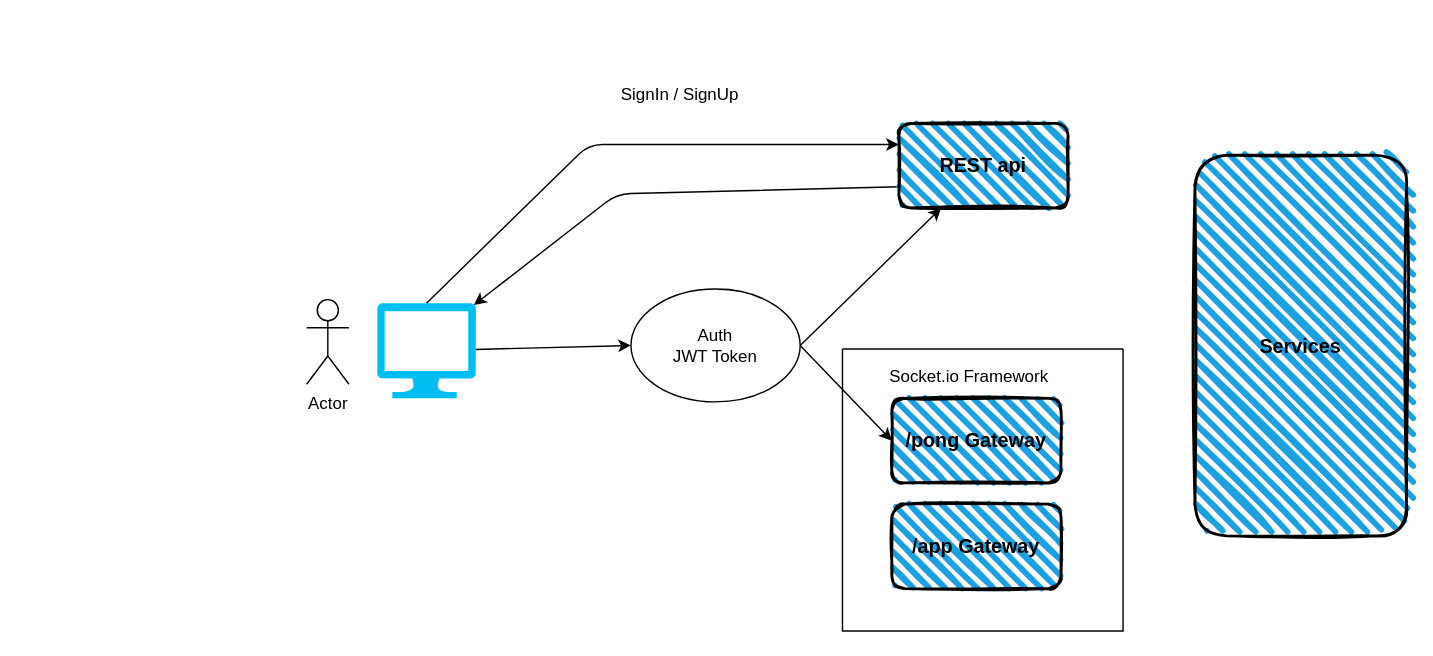
This is page "architecture" (2 of 2) of reference/db-schema-v2.drawio from Working-From-Home/ft_transcendence, a draw.io file, before an edit. Source tidied: cells renumbered, new cells numbered last; positions are measured from the earlier drawing's top-left corner, leaving out a move shared by most shapes. Both pictures are drawn from the tidied source at 141%, with x=0, y=0 at pixel (306, 80).
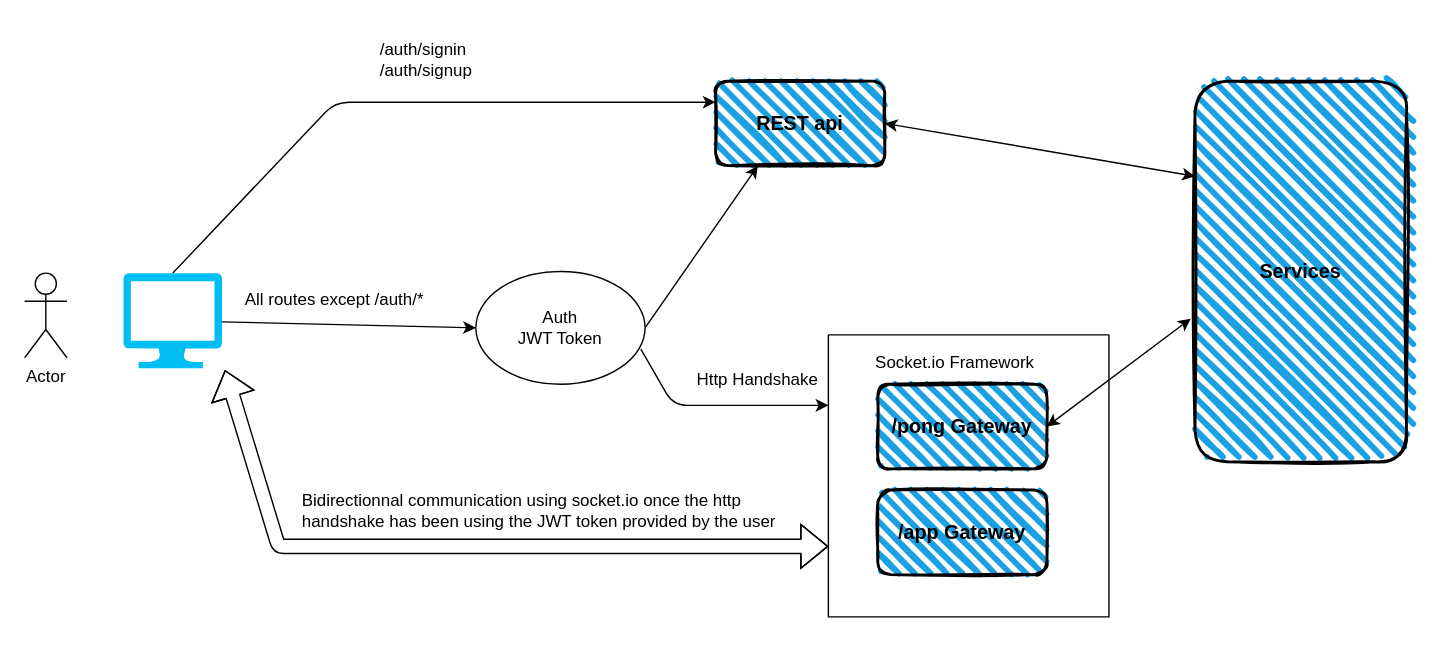
The same diagram, later.

The change refers to these unchanged cells:
```xml
<mxCell id="15" value="&lt;font style=&quot;font-size: 14px&quot;&gt;&lt;b&gt;/pong Gateway&lt;/b&gt;&lt;/font&gt;" style="rounded=1;whiteSpace=wrap;html=1;strokeWidth=2;fillWeight=4;hachureGap=8;hachureAngle=45;fillColor=#1ba1e2;sketch=1;" parent="13" vertex="1">
  <mxGeometry x="35" y="35" width="120" height="60" as="geometry" />
</mxCell>
```

The edit, as a diff of the source:
```diff
@@
-    <mxCell id="3" style="edgeStyle=none;html=1;exitX=1;exitY=0.5;exitDx=0;exitDy=0;entryX=0;entryY=0.5;entryDx=0;entryDy=0;" parent="1" edge="1" source="4" target="15">
-      <mxGeometry relative="1" as="geometry" />
-    </mxCell>
     <mxCell id="4" value="Auth&lt;br&gt;JWT Token" style="ellipse;whiteSpace=wrap;html=1;" parent="1" vertex="1">
-      <mxGeometry x="230" y="147.5" width="120" height="80" as="geometry" />
+      <mxGeometry x="120" y="135" width="120" height="80" as="geometry" />
     </mxCell>
     <mxCell id="5" value="Actor" style="shape=umlActor;verticalLabelPosition=bottom;verticalAlign=top;html=1;" parent="1" vertex="1">
-      <mxGeometry y="155" width="30" height="60" as="geometry" />
+      <mxGeometry x="-200" y="136.2" width="30" height="60" as="geometry" />
     </mxCell>
@@
     <mxCell id="7" style="edgeStyle=none;html=1;exitX=0.5;exitY=0;exitDx=0;exitDy=0;exitPerimeter=0;entryX=0;entryY=0.25;entryDx=0;entryDy=0;" parent="1" edge="1" source="8" target="10">
       <mxGeometry relative="1" as="geometry">
         <Array as="points">
-          <mxPoint x="200" y="45" />
+          <mxPoint x="20" y="15" />
         </Array>
       </mxGeometry>
     </mxCell>
     <mxCell id="8" style="verticalLabelPosition=bottom;html=1;verticalAlign=top;align=center;strokeColor=none;fillColor=#00BEF2;shape=mxgraph.azure.computer;" parent="1" vertex="1">
-      <mxGeometry x="50" y="157.5" width="70" height="67.5" as="geometry" />
+      <mxGeometry x="-130" y="136.2" width="70" height="67.5" as="geometry" />
     </mxCell>
-    <mxCell id="9" style="edgeStyle=none;html=1;exitX=0;exitY=0.75;exitDx=0;exitDy=0;entryX=0.98;entryY=0.02;entryDx=0;entryDy=0;entryPerimeter=0;" parent="1" edge="1" source="10" target="8">
-      <mxGeometry relative="1" as="geometry">
-        <Array as="points">
-          <mxPoint x="220" y="80" />
-        </Array>
-      </mxGeometry>
-    </mxCell>
     <mxCell id="10" value="&lt;font style=&quot;font-size: 14px&quot;&gt;&lt;b&gt;REST api&lt;/b&gt;&lt;/font&gt;" style="rounded=1;whiteSpace=wrap;html=1;strokeWidth=2;fillWeight=4;hachureGap=8;hachureAngle=45;fillColor=#1ba1e2;sketch=1;" parent="1" vertex="1">
-      <mxGeometry x="420" y="30" width="120" height="60" as="geometry" />
+      <mxGeometry x="290" width="120" height="60" as="geometry" />
     </mxCell>
-    <mxCell id="11" value="SignIn / SignUp" style="text;html=1;strokeColor=none;fillColor=none;align=center;verticalAlign=middle;whiteSpace=wrap;rounded=0;" parent="1" vertex="1">
-      <mxGeometry x="210" width="110" height="20" as="geometry" />
+    <mxCell id="11" value="&lt;div style=&quot;text-align: left&quot;&gt;&lt;span&gt;/auth/signin&lt;/span&gt;&lt;/div&gt;&lt;div style=&quot;text-align: left&quot;&gt;&lt;span&gt;/auth/signup&lt;/span&gt;&lt;/div&gt;" style="text;html=1;strokeColor=none;fillColor=none;align=center;verticalAlign=middle;whiteSpace=wrap;rounded=0;" parent="1" vertex="1">
+      <mxGeometry x="30" y="-40" width="110" height="50" as="geometry" />
     </mxCell>
     <mxCell id="12" value="&lt;font style=&quot;font-size: 14px&quot;&gt;&lt;b&gt;Services&lt;/b&gt;&lt;/font&gt;" style="rounded=1;whiteSpace=wrap;html=1;strokeWidth=2;fillWeight=4;hachureGap=8;hachureAngle=45;fillColor=#1ba1e2;sketch=1;" parent="1" vertex="1">
-      <mxGeometry x="630" y="52.5" width="150" height="270" as="geometry" />
+      <mxGeometry x="630" width="150" height="270" as="geometry" />
     </mxCell>
     <mxCell id="13" style="swimlane;startSize=0;" parent="1" vertex="1">
-      <mxGeometry x="380" y="190" width="199" height="200" as="geometry" />
+      <mxGeometry x="370" y="180" width="199" height="200" as="geometry" />
     </mxCell>
@@
+    <mxCell id="17" style="endArrow=classic;startArrow=classic;html=1;exitX=1;exitY=0.5;exitDx=0;exitDy=0;entryX=-0.02;entryY=0.624;entryDx=0;entryDy=0;entryPerimeter=0;" parent="1" edge="1" source="15" target="12">
+      <mxGeometry relative="1" as="geometry" />
+    </mxCell>
+    <mxCell id="18" value="&lt;div style=&quot;text-align: left&quot;&gt;All routes except /auth/*&lt;/div&gt;" style="text;html=1;strokeColor=none;fillColor=none;align=center;verticalAlign=middle;whiteSpace=wrap;rounded=0;" parent="1" vertex="1">
+      <mxGeometry x="-50" y="130" width="140" height="50" as="geometry" />
+    </mxCell>
+    <mxCell id="19" style="shape=flexArrow;endArrow=classic;startArrow=classic;html=1;exitX=1.029;exitY=1.019;exitDx=0;exitDy=0;exitPerimeter=0;entryX=0;entryY=0.75;entryDx=0;entryDy=0;" parent="1" edge="1" source="8" target="13">
+      <mxGeometry relative="1" as="geometry">
+        <Array as="points">
+          <mxPoint x="-20" y="330" />
+        </Array>
+      </mxGeometry>
+    </mxCell>
+    <mxCell id="20" value="&lt;div&gt;Bidirectionnal communication using socket.io&amp;nbsp;&lt;span&gt;once the http handshake has been using the JWT token provided by the user&amp;nbsp;&lt;/span&gt;&lt;/div&gt;" style="text;html=1;strokeColor=none;fillColor=none;align=left;verticalAlign=middle;whiteSpace=wrap;rounded=0;" parent="1" vertex="1">
+      <mxGeometry x="-5" y="280" width="370" height="50" as="geometry" />
+    </mxCell>
+    <mxCell id="21" style="endArrow=classic;html=1;exitX=0.975;exitY=0.688;exitDx=0;exitDy=0;exitPerimeter=0;entryX=0;entryY=0.25;entryDx=0;entryDy=0;" parent="1" edge="1" source="4" target="13">
+      <mxGeometry relative="1" as="geometry">
+        <Array as="points">
+          <mxPoint x="260" y="230" />
+        </Array>
+      </mxGeometry>
+    </mxCell>
+    <mxCell id="22" value="&lt;div style=&quot;text-align: left&quot;&gt;Http Handshake&lt;/div&gt;" style="text;html=1;strokeColor=none;fillColor=none;align=center;verticalAlign=middle;whiteSpace=wrap;rounded=0;" parent="1" vertex="1">
+      <mxGeometry x="250" y="190" width="140" height="43.8" as="geometry" />
+    </mxCell>
+    <mxCell id="23" style="endArrow=classic;startArrow=classic;html=1;exitX=1;exitY=0.5;exitDx=0;exitDy=0;entryX=0;entryY=0.25;entryDx=0;entryDy=0;" parent="1" edge="1" source="10" target="12">
+      <mxGeometry relative="1" as="geometry" />
+    </mxCell>
```
